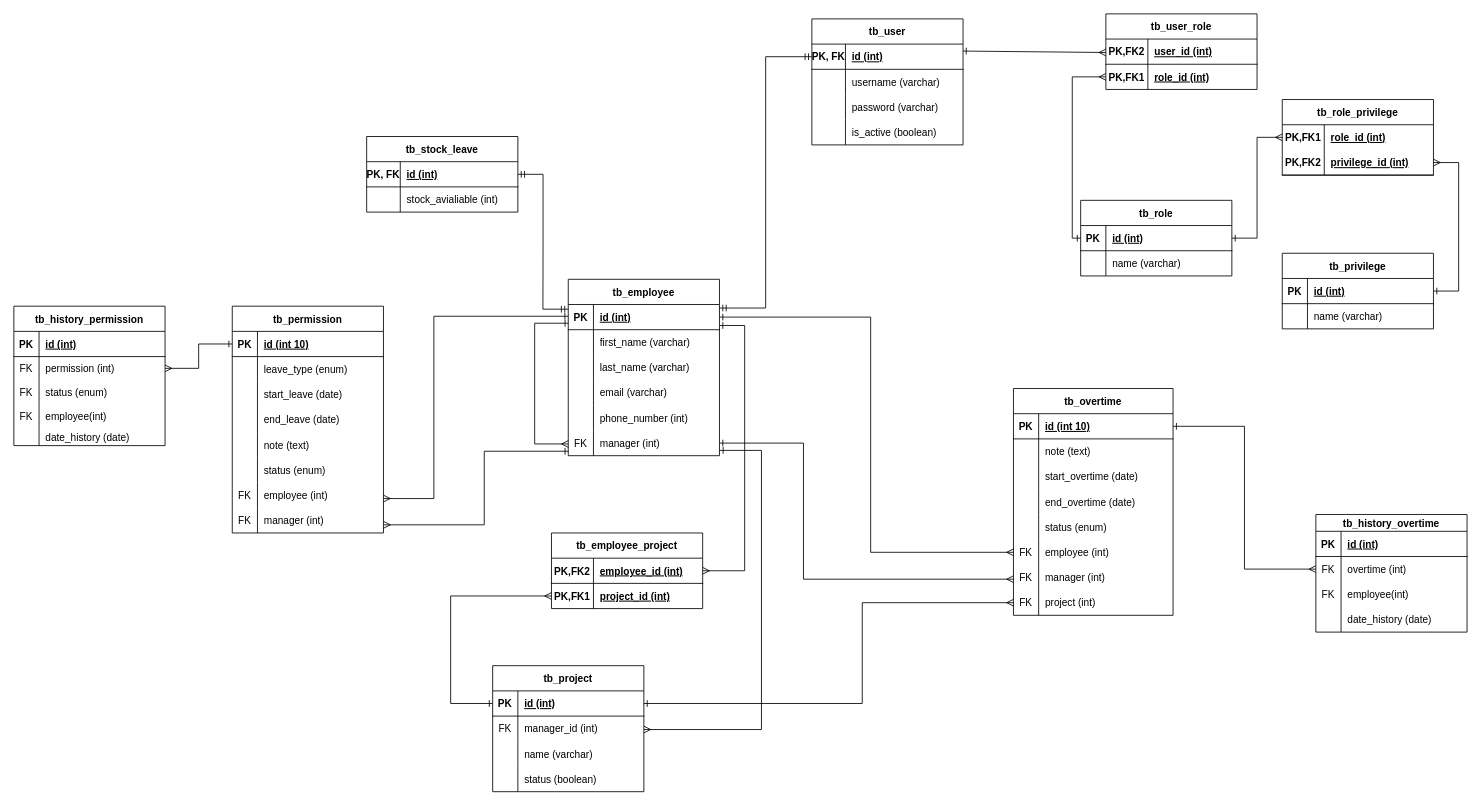
Above: Final.drawio in zarmintaa/Skripsi (draw.io), before the change. Source tidied: cells renumbered, new cells numbered last; positions are measured from the earlier drawing's top-left corner, leaving out a move shared by most shapes. Both pictures are drawn from the tidied source at 84%, with x=0, y=0 at pixel (13, 13).
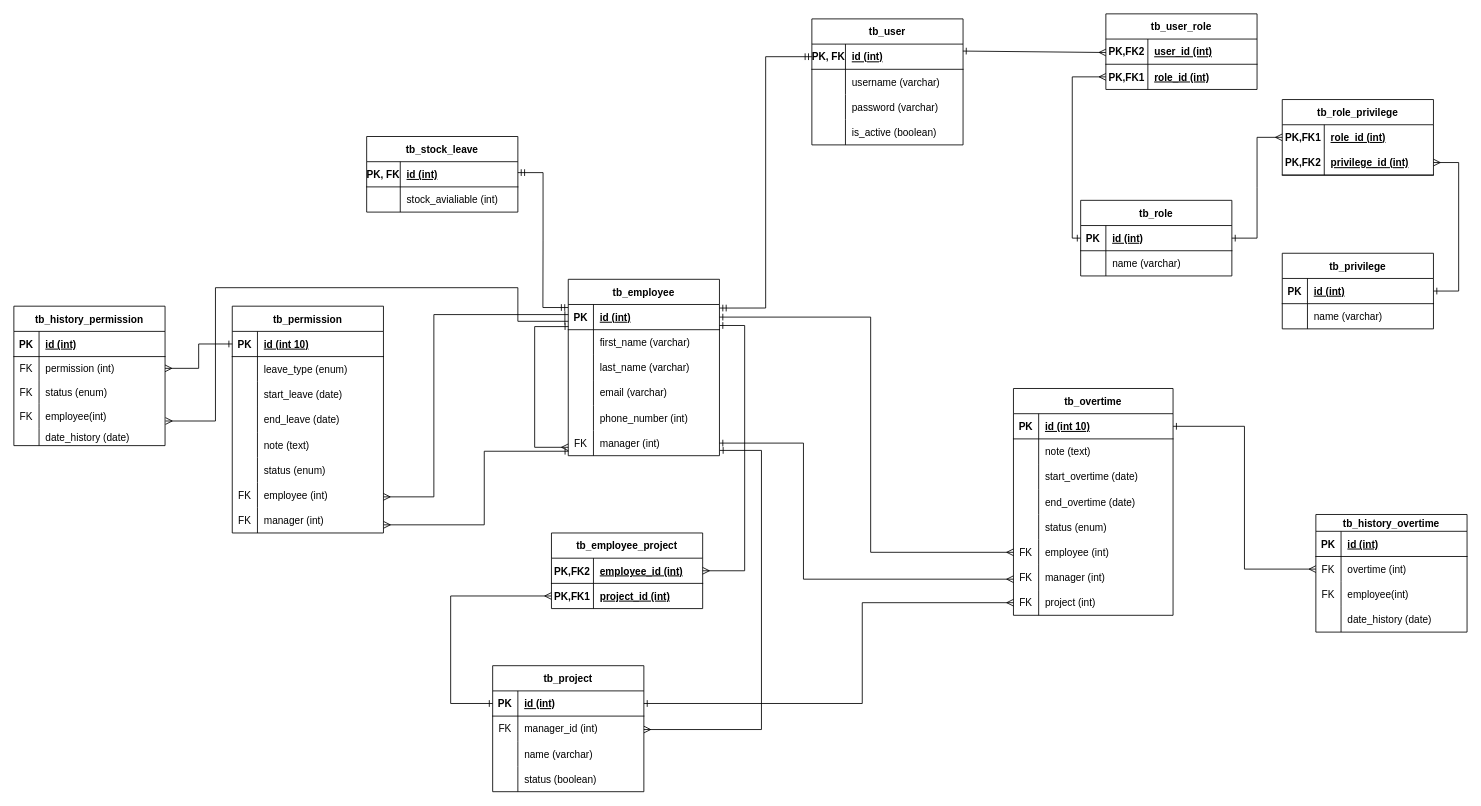
The same diagram, later.

Unchanged cells that the change refers to:
```xml
<mxCell id="29" value="tb_employee" style="shape=table;startSize=30;childLayout=tableLayout;rowLines=0;fontStyle=1;align=center;" parent="1" vertex="1">
  <mxGeometry x="660" y="316" width="180" height="210" as="geometry" />
</mxCell>
<mxCell id="30" style="shape=tableRow;horizontal=0;startSize=0;swimlaneHead=0;swimlaneBody=0;fillColor=none;points=[[0,0.5],[1,0.5]];portConstraint=eastwest;top=0;left=0;right=0;bottom=1;" parent="29" vertex="1">
  <mxGeometry y="30" width="180" height="30" as="geometry" />
</mxCell>
<mxCell id="92" style="shape=tableRow;horizontal=0;startSize=0;swimlaneHead=0;swimlaneBody=0;fillColor=none;points=[[0,0.5],[1,0.5]];portConstraint=eastwest;top=0;left=0;right=0;bottom=0;" parent="82" vertex="1">
  <mxGeometry y="116" width="180" height="30" as="geometry" />
</mxCell>
<mxCell id="154" style="shape=tableRow;horizontal=0;startSize=0;swimlaneHead=0;swimlaneBody=0;fillColor=none;points=[[0,0.5],[1,0.5]];portConstraint=eastwest;top=0;left=0;right=0;bottom=1;" parent="153" vertex="1">
  <mxGeometry y="30" width="180" height="30" as="geometry" />
</mxCell>
```

Diff of the diagram source:
```diff
@@
     <mxCell id="48" style="edgeStyle=elbowEdgeStyle;fontSize=12;html=1;endArrow=ERmany;startArrow=ERone;rounded=0;exitX=0.001;exitY=0.743;exitDx=0;exitDy=0;entryX=0;entryY=0.5;entryDx=0;entryDy=0;endFill=0;startFill=0;exitPerimeter=0;" parent="29" edge="1">
       <mxGeometry relative="1" as="geometry">
-        <mxPoint x="0.2" y="52.3" as="sourcePoint" />
-        <mxPoint y="196" as="targetPoint" />
+        <mxPoint x="0.2" y="56.3" as="sourcePoint" />
+        <mxPoint y="200" as="targetPoint" />
         <Array as="points">
-          <mxPoint x="-40" y="111" />
+          <mxPoint x="-40" y="115" />
         </Array>
       </mxGeometry>
     </mxCell>
@@
     <mxCell id="124" style="edgeStyle=orthogonalEdgeStyle;fontSize=12;html=1;endArrow=ERmany;rounded=0;exitX=0;exitY=0.333;exitDx=0;exitDy=0;exitPerimeter=0;startArrow=ERone;startFill=0;" parent="1" edge="1">
       <mxGeometry relative="1" as="geometry">
-        <mxPoint x="660" y="360" as="sourcePoint" />
-        <mxPoint x="440" y="577" as="targetPoint" />
+        <mxPoint x="660" y="358" as="sourcePoint" />
+        <mxPoint x="440" y="575" as="targetPoint" />
         <Array as="points">
-          <mxPoint x="500" y="360" />
-          <mxPoint x="500" y="577" />
+          <mxPoint x="500" y="358" />
+          <mxPoint x="500" y="575" />
         </Array>
       </mxGeometry>
     </mxCell>
@@
-    <mxCell id="160" style="edgeStyle=entityRelationEdgeStyle;fontSize=12;html=1;endArrow=ERmandOne;startArrow=ERmandOne;rounded=0;entryX=-0.001;entryY=0.186;entryDx=0;entryDy=0;exitX=1;exitY=0.5;exitDx=0;exitDy=0;entryPerimeter=0;startFill=0;endFill=0;" parent="1" edge="1" source="154" target="30">
-      <mxGeometry relative="1" as="geometry" />
+    <mxCell id="160" style="edgeStyle=entityRelationEdgeStyle;fontSize=12;html=1;endArrow=ERmandOne;startArrow=ERmandOne;rounded=0;entryX=-0.001;entryY=0.186;entryDx=0;entryDy=0;exitX=1;exitY=0.5;exitDx=0;exitDy=0;entryPerimeter=0;startFill=0;endFill=0;" parent="1" edge="1">
+      <mxGeometry relative="1" as="geometry">
+        <mxPoint x="600" y="189" as="sourcePoint" />
+        <mxPoint x="659.8" y="349.6" as="targetPoint" />
+      </mxGeometry>
     </mxCell>
@@
+    <mxCell id="185" style="edgeStyle=orthogonalEdgeStyle;rounded=0;jettySize=auto;html=1;entryX=1.003;entryY=0.69;entryDx=0;entryDy=0;entryPerimeter=0;endArrow=ERmany;endFill=0;exitX=0;exitY=0.667;exitDx=0;exitDy=0;exitPerimeter=0;startArrow=ERone;startFill=0;" parent="1" edge="1" source="30" target="92">
+      <mxGeometry relative="1" as="geometry">
+        <Array as="points">
+          <mxPoint x="600" y="366" />
+          <mxPoint x="600" y="326" />
+          <mxPoint x="240" y="326" />
+          <mxPoint x="240" y="485" />
+        </Array>
+      </mxGeometry>
+    </mxCell>
```
